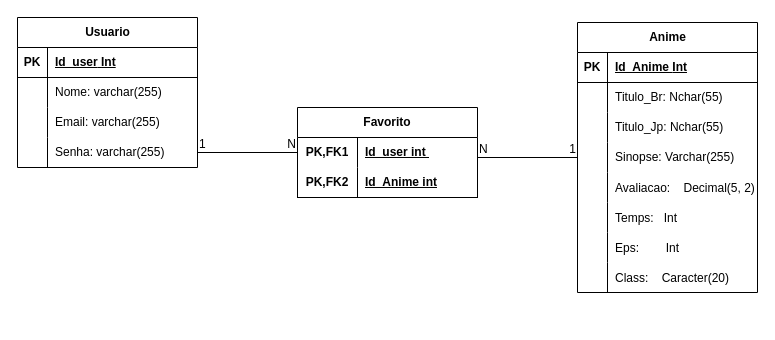
Before: Diagrama sem nome.drawio in FelipeOropeza/APIKitsu, a draw.io diagram. Source tidied: cells renumbered, new cells numbered last; positions are measured from the earlier drawing's top-left corner, leaving out a move shared by most shapes. Both pictures are drawn from the tidied source at 100%, with x=0, y=0 at pixel (17, 17).
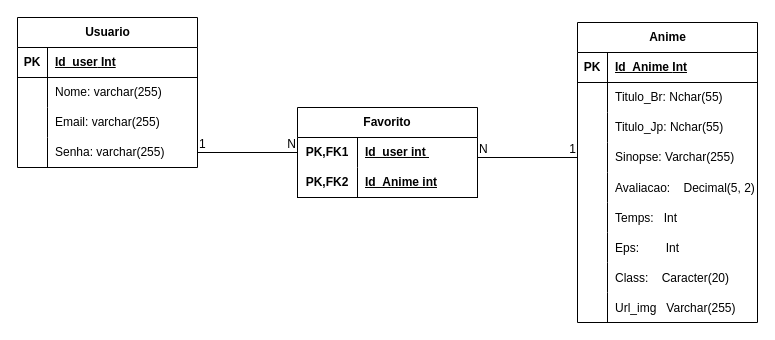
Above is the later version.

Diff of the diagram source:
```diff
@@
     <mxCell id="2" value="Anime" style="shape=table;startSize=30;childLayout=tableLayout;rowLines=0;fontStyle=1;align=center;html=1;strokeColor=default;perimeterSpacing=0;" parent="1" vertex="1">
-      <mxGeometry x="560" y="5" width="180" height="270" as="geometry" />
+      <mxGeometry x="560" y="5" width="180" height="300" as="geometry" />
     </mxCell>
@@
+    <mxCell id="53" style="shape=tableRow;horizontal=0;startSize=0;swimlaneHead=0;swimlaneBody=0;fillColor=none;top=0;left=0;right=0;bottom=0;" parent="2" vertex="1">
+      <mxGeometry y="270" width="180" height="30" as="geometry" />
+    </mxCell>
+    <mxCell id="54" style="shape=partialRectangle;fillColor=none;top=0;left=0;bottom=0;right=0;overflow=hidden;" parent="53" vertex="1">
+      <mxGeometry width="30" height="30" as="geometry" />
+    </mxCell>
+    <mxCell id="55" value="Url_img   Varchar(255)" style="shape=partialRectangle;fillColor=none;top=0;left=0;bottom=0;right=0;align=left;spacingLeft=6;overflow=hidden;" parent="53" vertex="1">
+      <mxGeometry x="30" width="150" height="30" as="geometry" />
+    </mxCell>
```
